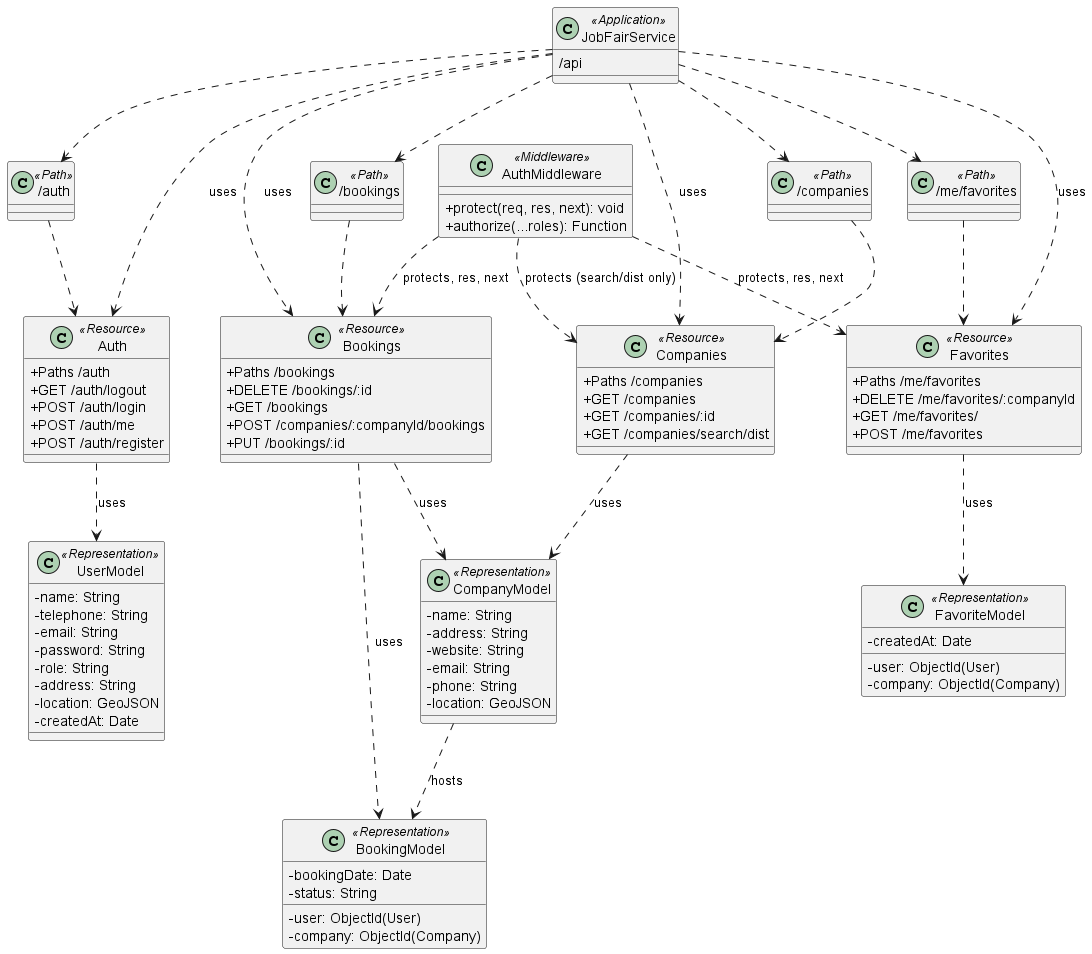
Earlier version of the PlantUML export out/docs/diagram/class.png (098ff/ArtmaybeDEV).
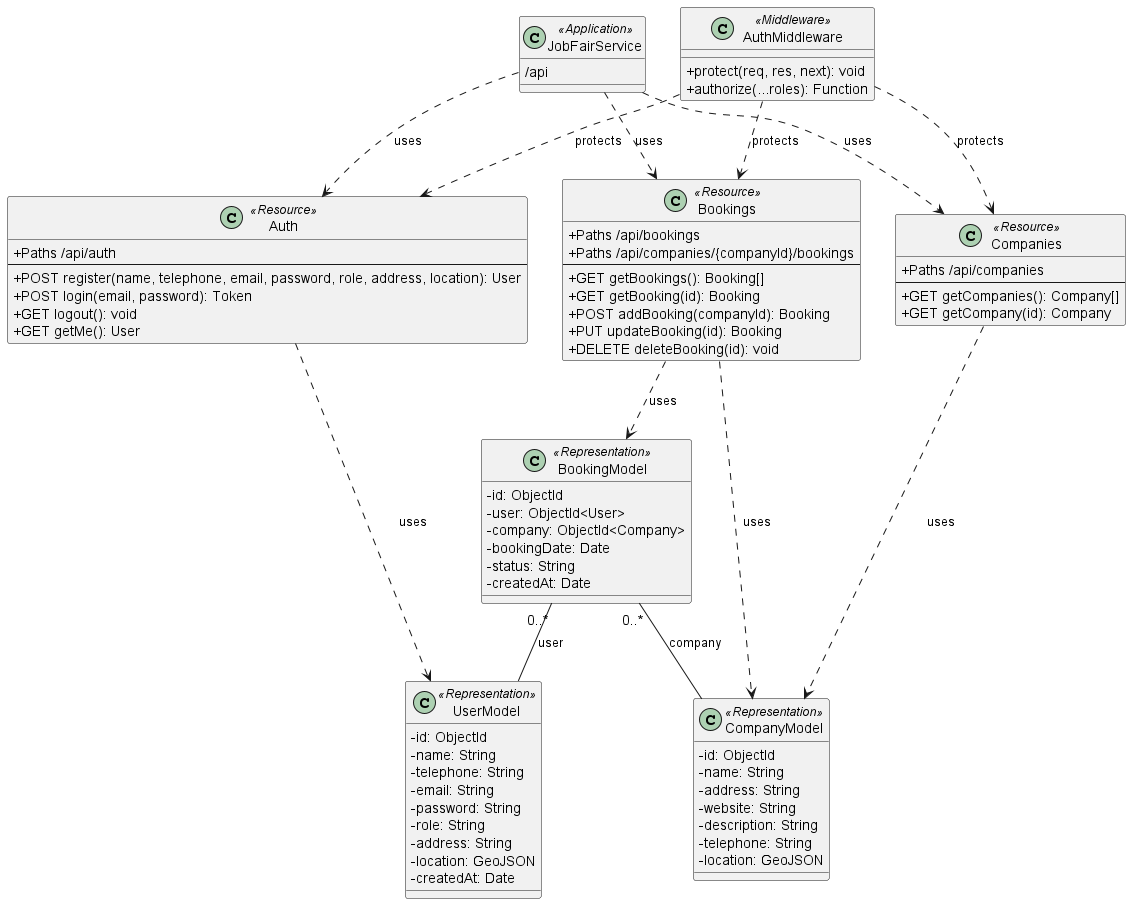
After the change.

Commit message:
fix/class diagram

What changed in the source:
```diff
@@ -1,45 +1,39 @@
 @startuml
 skinparam classAttributeIconSize 0
-class "JobFairService" as Application_407481 <<Application>> {
+
+class "JobFairService" as App <<Application>> {
   /api
 }
-class "Auth" as Resource_7269918 <<Resource>> {
-  +Paths /auth
-  +GET /auth/logout
-  +POST /auth/login
-  +POST /auth/me
-  +POST /auth/register
-}
-class "/auth" as Path_2938939 <<Path>> {
-}
-class "Bookings" as Resource_6359558 <<Resource>> {
-  +Paths /bookings
-  +DELETE /bookings/:id
-  +GET /bookings
-  +POST /companies/:companyId/bookings
-  +PUT /bookings/:id
-}
-class "/bookings" as Path_8975772 <<Path>> {
-}
-class "Favorites" as Resource_1746619 <<Resource>> {
-  +Paths /me/favorites
-  +DELETE /me/favorites/:companyId
-  +GET /me/favorites/
-  +POST /me/favorites
-}
-class "/me/favorites" as Path_9610477 <<Path>> {
+
+class "Auth" as AuthResource <<Resource>> {
+  +Paths /api/auth
+  --
+  +POST register(name, telephone, email, password, role, address, location): User
+  +POST login(email, password): Token
+  +GET logout(): void
+  +GET getMe(): User
 }
 
-class "Companies" as Resource_9001001 <<Resource>> {
-  +Paths /companies
-  +GET /companies
-  +GET /companies/:id
-  +GET /companies/search/dist
-}
-class "/companies" as Path_9001002 <<Path>> {
+class "Bookings" as BookingResource <<Resource>> {
+  +Paths /api/bookings
+  +Paths /api/companies/{companyId}/bookings
+  --
+  +GET getBookings(): Booking[]
+  +GET getBooking(id): Booking
+  +POST addBooking(companyId): Booking
+  +PUT updateBooking(id): Booking
+  +DELETE deleteBooking(id): void
 }
 
-class "UserModel" as Representation_2276632 <<Representation>> {
+class "Companies" as CompanyResource <<Resource>> {
+  +Paths /api/companies
+  --
+  +GET getCompanies(): Company[]
+  +GET getCompany(id): Company
+}
+
+class "UserModel" as UserRep <<Representation>> {
+  - id: ObjectId
   - name: String
   - telephone: String
   - email: String
@@ -49,54 +43,46 @@
   - location: GeoJSON
   - createdAt: Date
 }
-class "CompanyModel" as Representation_5577844 <<Representation>> {
+
+class "CompanyModel" as CompanyRep <<Representation>> {
+  - id: ObjectId
   - name: String
   - address: String
   - website: String
-  - email: String
-  - phone: String
+  - description: String
+  - telephone: String
   - location: GeoJSON
 }
-class "BookingModel" as Representation_6013023 <<Representation>> {
+
+class "BookingModel" as BookingRep <<Representation>> {
+  - id: ObjectId
+  - user: ObjectId<User>
+  - company: ObjectId<Company>
   - bookingDate: Date
-  - user: ObjectId(User)
-  - company: ObjectId(Company)
   - status: String
-}
-class "FavoriteModel" as Representation_2501927 <<Representation>> {
-  - user: ObjectId(User)
-  - company: ObjectId(Company)
   - createdAt: Date
 }
-class "AuthMiddleware" as Middleware_138351 <<Middleware>> {
+
+
+class "AuthMiddleware" as AuthMW <<Middleware>> {
   +protect(req, res, next): void
   +authorize(...roles): Function
 }
-Application_407481 ..> Path_2938939
-Path_2938939 ..> Resource_7269918
-Application_407481 ..> Path_8975772
-Path_8975772 ..> Resource_6359558
-Application_407481 ..> Path_9610477
-Path_9610477 ..> Resource_1746619
 
-Application_407481 ..> Path_9001002
-Path_9001002 ..> Resource_9001001
+App ..> AuthResource    : uses
+App ..> BookingResource : uses
+App ..> CompanyResource : uses
 
-Application_407481 ..> Resource_7269918 : uses
-Resource_7269918 ..> Representation_2276632 : uses
+AuthResource    ..> UserRep    : uses
+BookingResource ..> BookingRep : uses
+BookingResource ..> CompanyRep : uses
+CompanyResource ..> CompanyRep : uses
 
-Application_407481 ..> Resource_6359558 : uses
-Resource_6359558 ..> Representation_6013023 : uses
-Resource_6359558 ..> Representation_5577844 : uses
-Middleware_138351 ..> Resource_6359558 : protects, res, next
+AuthMW ..> AuthResource    : protects
+AuthMW ..> BookingResource : protects
+AuthMW ..> CompanyResource : protects
 
-Application_407481 ..> Resource_1746619 : uses
-Resource_1746619 ..> Representation_2501927 : uses
-Middleware_138351 ..> Resource_1746619 : protects, res, next
+BookingRep "0..*" -down- UserRep    : user
+BookingRep "0..*" -down- CompanyRep : company
 
-Application_407481 ..> Resource_9001001 : uses
-Resource_9001001 ..> Representation_5577844 : uses
-Middleware_138351 ..> Resource_9001001 : protects (search/dist only)
-
-Representation_5577844 ..> Representation_6013023 : hosts
 @enduml
```
